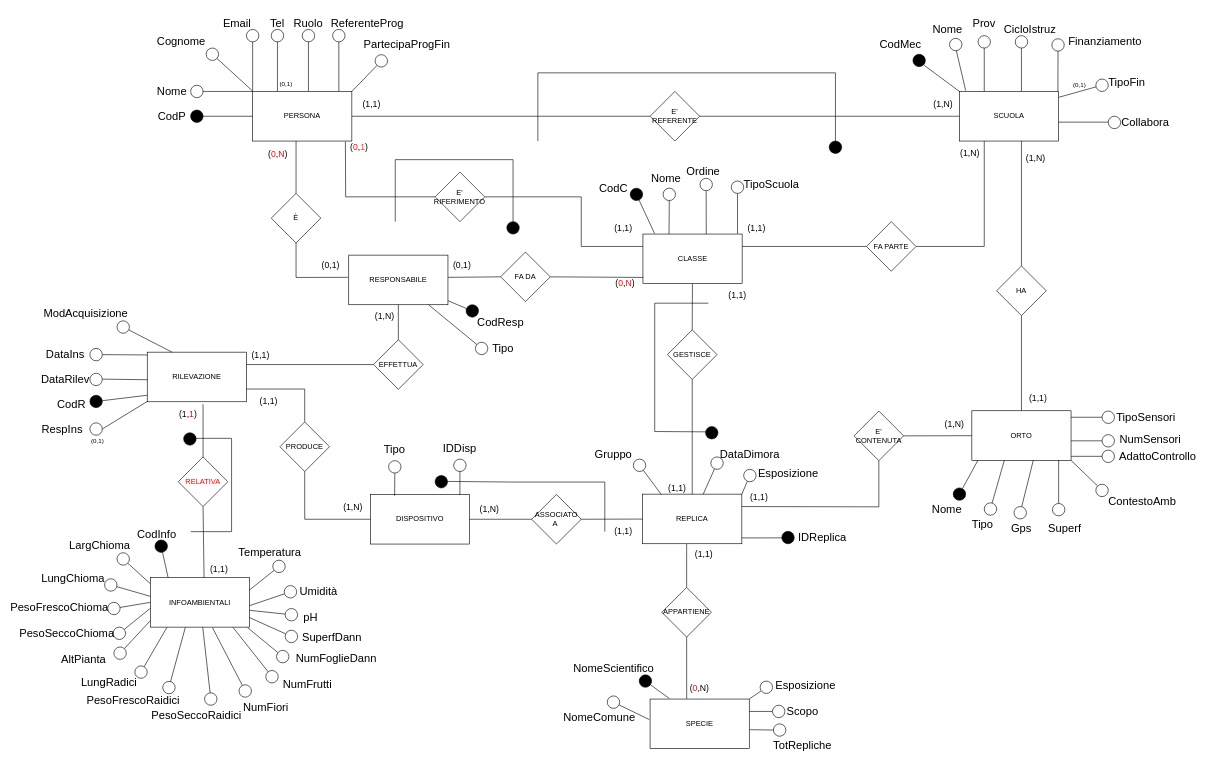
pizzo-kyle/unige keeps this draw.io diagram as BD_ER_Restructured.drawio. Above is the earlier version. Source tidied: cells renumbered, new cells numbered last; positions are measured from the earlier drawing's top-left corner, leaving out a move shared by most shapes. Both pictures are drawn from the tidied source at 62%, with x=0, y=0 at pixel (34, 11).
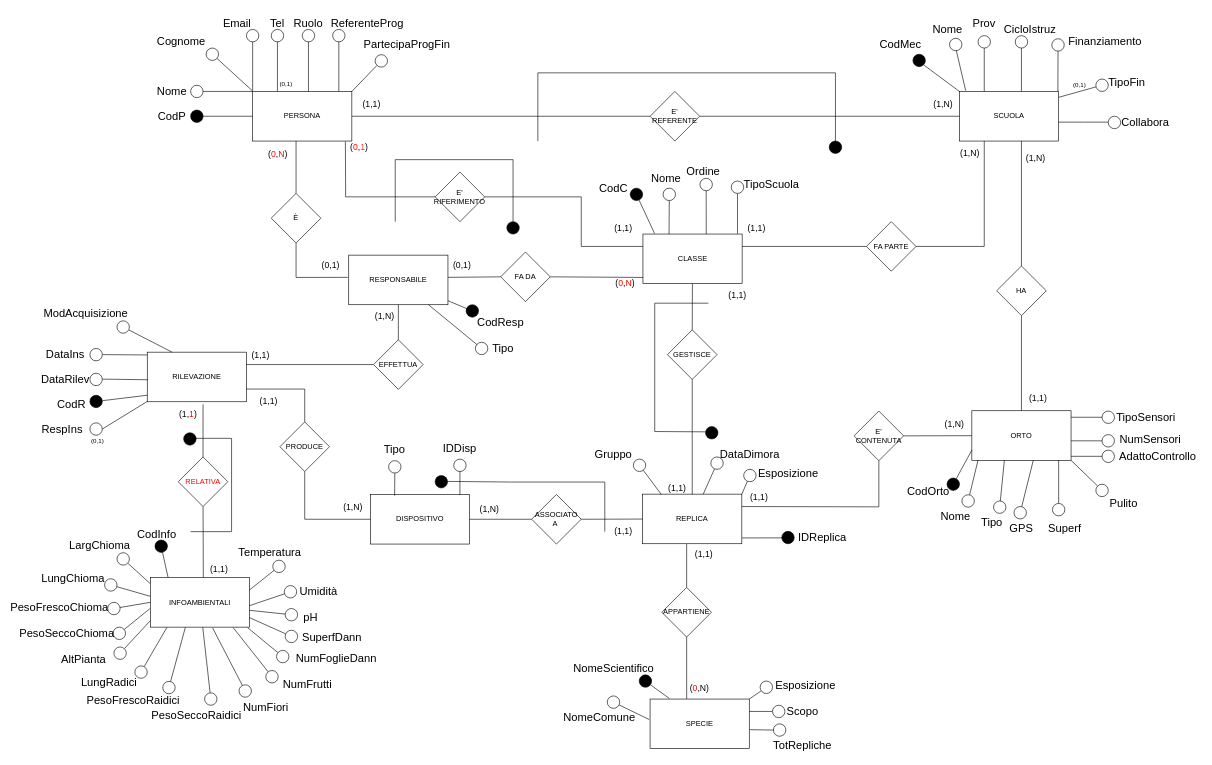
After the change.

The change refers to these unchanged cells:
```xml
<mxCell id="230" value="&lt;font color=&quot;#ff0000&quot;&gt;RELATIVA&lt;/font&gt;" style="rhombus;whiteSpace=wrap;html=1;" parent="1" vertex="1">
  <mxGeometry x="232" y="719.5" width="80" height="80" as="geometry" />
</mxCell>
<mxCell id="237" value="INFOAMBIENTALI" style="rounded=0;whiteSpace=wrap;html=1;" parent="1" vertex="1">
  <mxGeometry x="187" y="914" width="160" height="80" as="geometry" />
</mxCell>
```

Diff of the diagram source:
```diff
@@
     <mxCell id="74" value="&lt;span style=&quot;font-size: 18px;&quot;&gt;Nome&lt;/span&gt;" style="text;html=1;strokeColor=none;fillColor=none;align=center;verticalAlign=middle;whiteSpace=wrap;rounded=0;" parent="1" vertex="1">
-      <mxGeometry x="1442" y="783.5" width="60" height="40" as="geometry" />
+      <mxGeometry x="1456" y="794.5" width="60" height="40" as="geometry" />
     </mxCell>
@@
     <mxCell id="76" style="ellipse;whiteSpace=wrap;html=1;fillColor=#FFFFFF;direction=south;gradientColor=none;" parent="1" vertex="1">
-      <mxGeometry x="1532" y="793.5" width="20" height="20" as="geometry" />
+      <mxGeometry x="1547" y="790.5" width="20" height="20" as="geometry" />
     </mxCell>
     <mxCell id="77" value="&lt;span style=&quot;font-size: 18px;&quot;&gt;Tipo&lt;/span&gt;" style="text;html=1;strokeColor=none;fillColor=none;align=center;verticalAlign=middle;whiteSpace=wrap;rounded=0;" parent="1" vertex="1">
-      <mxGeometry x="1507" y="808.5" width="45" height="40" as="geometry" />
+      <mxGeometry x="1522" y="805.5" width="45" height="40" as="geometry" />
     </mxCell>
@@
-    <mxCell id="79" value="&lt;span style=&quot;font-size: 18px;&quot;&gt;Gps&lt;/span&gt;" style="text;html=1;strokeColor=none;fillColor=none;align=center;verticalAlign=middle;whiteSpace=wrap;rounded=0;" parent="1" vertex="1">
+    <mxCell id="79" value="&lt;span style=&quot;font-size: 18px;&quot;&gt;GPS&lt;/span&gt;" style="text;html=1;strokeColor=none;fillColor=none;align=center;verticalAlign=middle;whiteSpace=wrap;rounded=0;" parent="1" vertex="1">
       <mxGeometry x="1572" y="817.5" width="40" height="34" as="geometry" />
     </mxCell>
@@
-    <mxCell id="85" value="&lt;span style=&quot;font-size: 18px;&quot;&gt;ContestoAmb&lt;/span&gt;" style="text;html=1;strokeColor=none;fillColor=none;align=center;verticalAlign=middle;whiteSpace=wrap;rounded=0;" parent="1" vertex="1">
-      <mxGeometry x="1762" y="770.5" width="50" height="40" as="geometry" />
+    <mxCell id="85" value="&lt;span style=&quot;font-size: 18px;&quot;&gt;Pulito&lt;/span&gt;" style="text;html=1;strokeColor=none;fillColor=none;align=center;verticalAlign=middle;whiteSpace=wrap;rounded=0;" parent="1" vertex="1">
+      <mxGeometry x="1732" y="773.5" width="50" height="40" as="geometry" />
     </mxCell>
@@
-    <mxCell id="103" style="ellipse;whiteSpace=wrap;html=1;fillColor=#000000;direction=south;gradientColor=none;" parent="1" vertex="1">
-      <mxGeometry x="1482" y="769.5" width="20" height="20" as="geometry" />
+    <mxCell id="103" style="ellipse;whiteSpace=wrap;html=1;fillColor=#FFFFFF;direction=south;gradientColor=none;" parent="1" vertex="1">
+      <mxGeometry x="1496" y="780.5" width="20" height="20" as="geometry" />
     </mxCell>
@@
-    <mxCell id="231" style="endArrow=none;html=1;rounded=0;entryX=0.5;entryY=1;entryDx=0;entryDy=0;exitX=0.542;exitY=0.075;exitDx=0;exitDy=0;exitPerimeter=0;" parent="1" edge="1" source="237" target="230">
+    <mxCell id="231" style="endArrow=none;html=1;rounded=0;entryX=0.5;entryY=1;entryDx=0;entryDy=0;exitX=0.534;exitY=0.006;exitDx=0;exitDy=0;exitPerimeter=0;" parent="1" edge="1" source="237" target="230">
       <mxGeometry relative="1" as="geometry" />
     </mxCell>
@@
+    <mxCell id="279" style="endArrow=none;html=1;rounded=0;exitX=1;exitY=0.5;exitDx=0;exitDy=0;" parent="1" edge="1" target="280">
+      <mxGeometry relative="1" as="geometry">
+        <mxPoint x="1512" y="708.5" as="sourcePoint" />
+      </mxGeometry>
+    </mxCell>
+    <mxCell id="280" style="ellipse;whiteSpace=wrap;html=1;fillColor=#000000;direction=south;gradientColor=none;" parent="1" vertex="1">
+      <mxGeometry x="1472" y="753.5" width="20" height="20" as="geometry" />
+    </mxCell>
+    <mxCell id="281" value="&lt;span style=&quot;font-size: 18px;&quot;&gt;CodOrto&lt;/span&gt;" style="text;html=1;strokeColor=none;fillColor=none;align=center;verticalAlign=middle;whiteSpace=wrap;rounded=0;" parent="1" vertex="1">
+      <mxGeometry x="1412" y="754.5" width="60" height="40" as="geometry" />
+    </mxCell>
```
